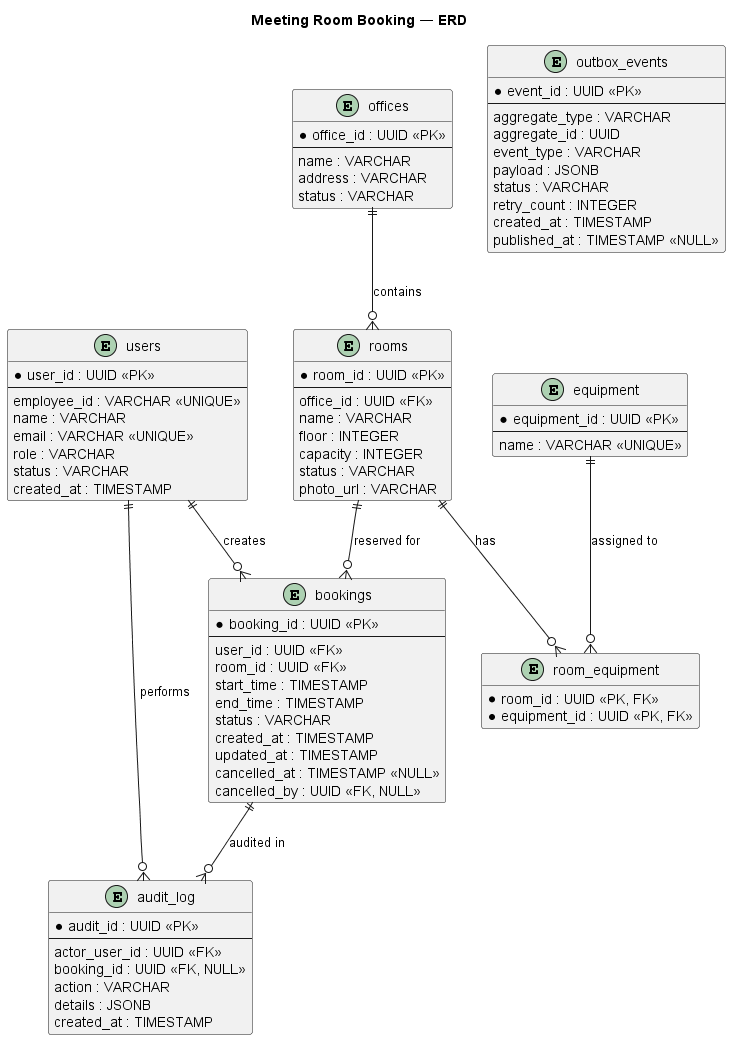
Above: docs/images/ERD.png in e2ali2/meeting-room-booking-system (PlantUML), before the change. Its diagram source:
```plantuml
@startuml

title Meeting Room Booking — ERD

hide methods
hide stereotypes

entity "users" as users {
    * user_id : UUID <<PK>>
    --
    employee_id : VARCHAR <<UNIQUE>>
    name : VARCHAR
    email : VARCHAR <<UNIQUE>>
    role : VARCHAR
    status : VARCHAR
    created_at : TIMESTAMP
}

entity "offices" as offices {
    * office_id : UUID <<PK>>
    --
    name : VARCHAR
    address : VARCHAR
    status : VARCHAR
}

entity "rooms" as rooms {
    * room_id : UUID <<PK>>
    --
    office_id : UUID <<FK>>
    name : VARCHAR
    floor : INTEGER
    capacity : INTEGER
    status : VARCHAR
    photo_url : VARCHAR
}
entity "bookings" as bookings {
    * booking_id : UUID <<PK>>
    --
    user_id : UUID <<FK>>
    room_id : UUID <<FK>>
    start_time : TIMESTAMP
    end_time : TIMESTAMP
    status : VARCHAR
    created_at : TIMESTAMP
    updated_at : TIMESTAMP
    cancelled_at : TIMESTAMP <<NULL>>
    cancelled_by : UUID <<FK, NULL>>
}
entity "equipment" as equipment {
    * equipment_id : UUID <<PK>>
    --
    name : VARCHAR <<UNIQUE>>
}

entity "room_equipment" as room_equipment {
    * room_id : UUID <<PK, FK>>
    * equipment_id : UUID <<PK, FK>>
}
entity "audit_log" as audit_log {
    * audit_id : UUID <<PK>>
    --
    actor_user_id : UUID <<FK>>
    booking_id : UUID <<FK, NULL>>
    action : VARCHAR
    details : JSONB
    created_at : TIMESTAMP
}

entity "outbox_events" as outbox_events {
    * event_id : UUID <<PK>>
    --
    aggregate_type : VARCHAR
    aggregate_id : UUID
    event_type : VARCHAR
    payload : JSONB
    status : VARCHAR
    retry_count : INTEGER
    created_at : TIMESTAMP
    published_at : TIMESTAMP <<NULL>>
}
users ||--o{ audit_log : performs
bookings ||--o{ audit_log : audited in
rooms ||--o{ room_equipment : has
equipment ||--o{ room_equipment : assigned to
offices ||--o{ rooms : contains
users ||--o{ bookings : creates
rooms ||--o{ bookings : reserved for
@enduml
```
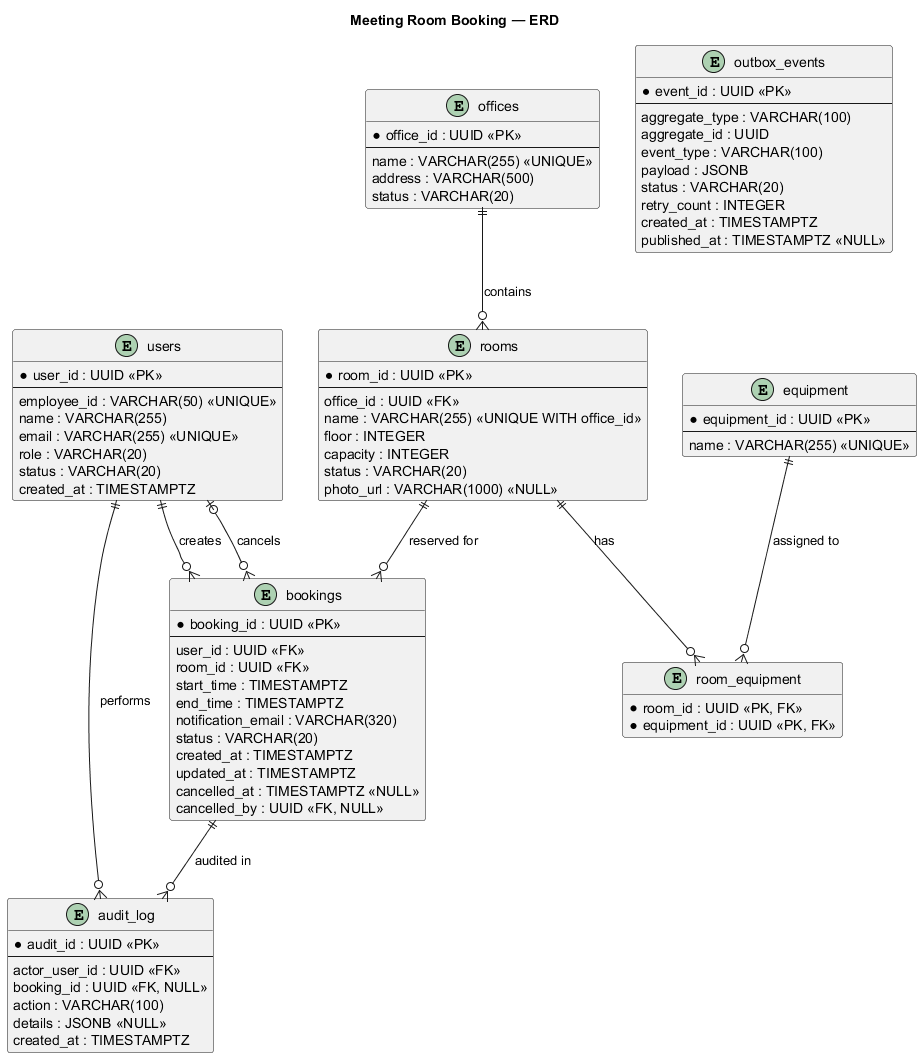
The same diagram one commit later.

Commit message:
Align database schema and ERD

Change to the diagram source:
```diff
@@ -8,49 +8,50 @@
 entity "users" as users {
     * user_id : UUID <<PK>>
     --
-    employee_id : VARCHAR <<UNIQUE>>
-    name : VARCHAR
-    email : VARCHAR <<UNIQUE>>
-    role : VARCHAR
-    status : VARCHAR
-    created_at : TIMESTAMP
+    employee_id : VARCHAR(50) <<UNIQUE>>
+    name : VARCHAR(255)
+    email : VARCHAR(255) <<UNIQUE>>
+    role : VARCHAR(20)
+    status : VARCHAR(20)
+    created_at : TIMESTAMPTZ
 }
 
 entity "offices" as offices {
     * office_id : UUID <<PK>>
     --
-    name : VARCHAR
-    address : VARCHAR
-    status : VARCHAR
+    name : VARCHAR(255) <<UNIQUE>>
+    address : VARCHAR(500)
+    status : VARCHAR(20)
 }
 
 entity "rooms" as rooms {
     * room_id : UUID <<PK>>
     --
     office_id : UUID <<FK>>
-    name : VARCHAR
+    name : VARCHAR(255) <<UNIQUE WITH office_id>>
     floor : INTEGER
     capacity : INTEGER
-    status : VARCHAR
-    photo_url : VARCHAR
+    status : VARCHAR(20)
+    photo_url : VARCHAR(1000) <<NULL>>
 }
 entity "bookings" as bookings {
     * booking_id : UUID <<PK>>
     --
     user_id : UUID <<FK>>
     room_id : UUID <<FK>>
-    start_time : TIMESTAMP
-    end_time : TIMESTAMP
-    status : VARCHAR
-    created_at : TIMESTAMP
-    updated_at : TIMESTAMP
-    cancelled_at : TIMESTAMP <<NULL>>
+    start_time : TIMESTAMPTZ
+    end_time : TIMESTAMPTZ
+    notification_email : VARCHAR(320)
+    status : VARCHAR(20)
+    created_at : TIMESTAMPTZ
+    updated_at : TIMESTAMPTZ
+    cancelled_at : TIMESTAMPTZ <<NULL>>
     cancelled_by : UUID <<FK, NULL>>
 }
 entity "equipment" as equipment {
     * equipment_id : UUID <<PK>>
     --
-    name : VARCHAR <<UNIQUE>>
+    name : VARCHAR(255) <<UNIQUE>>
 }
 
 entity "room_equipment" as room_equipment {
@@ -62,22 +63,22 @@
     --
     actor_user_id : UUID <<FK>>
     booking_id : UUID <<FK, NULL>>
-    action : VARCHAR
-    details : JSONB
-    created_at : TIMESTAMP
+    action : VARCHAR(100)
+    details : JSONB <<NULL>>
+    created_at : TIMESTAMPTZ
 }
 
 entity "outbox_events" as outbox_events {
     * event_id : UUID <<PK>>
     --
-    aggregate_type : VARCHAR
+    aggregate_type : VARCHAR(100)
     aggregate_id : UUID
-    event_type : VARCHAR
+    event_type : VARCHAR(100)
     payload : JSONB
-    status : VARCHAR
+    status : VARCHAR(20)
     retry_count : INTEGER
-    created_at : TIMESTAMP
-    published_at : TIMESTAMP <<NULL>>
+    created_at : TIMESTAMPTZ
+    published_at : TIMESTAMPTZ <<NULL>>
 }
 users ||--o{ audit_log : performs
 bookings ||--o{ audit_log : audited in
@@ -85,5 +86,6 @@
 equipment ||--o{ room_equipment : assigned to
 offices ||--o{ rooms : contains
 users ||--o{ bookings : creates
+users |o--o{ bookings : cancels
 rooms ||--o{ bookings : reserved for
 @enduml
```
